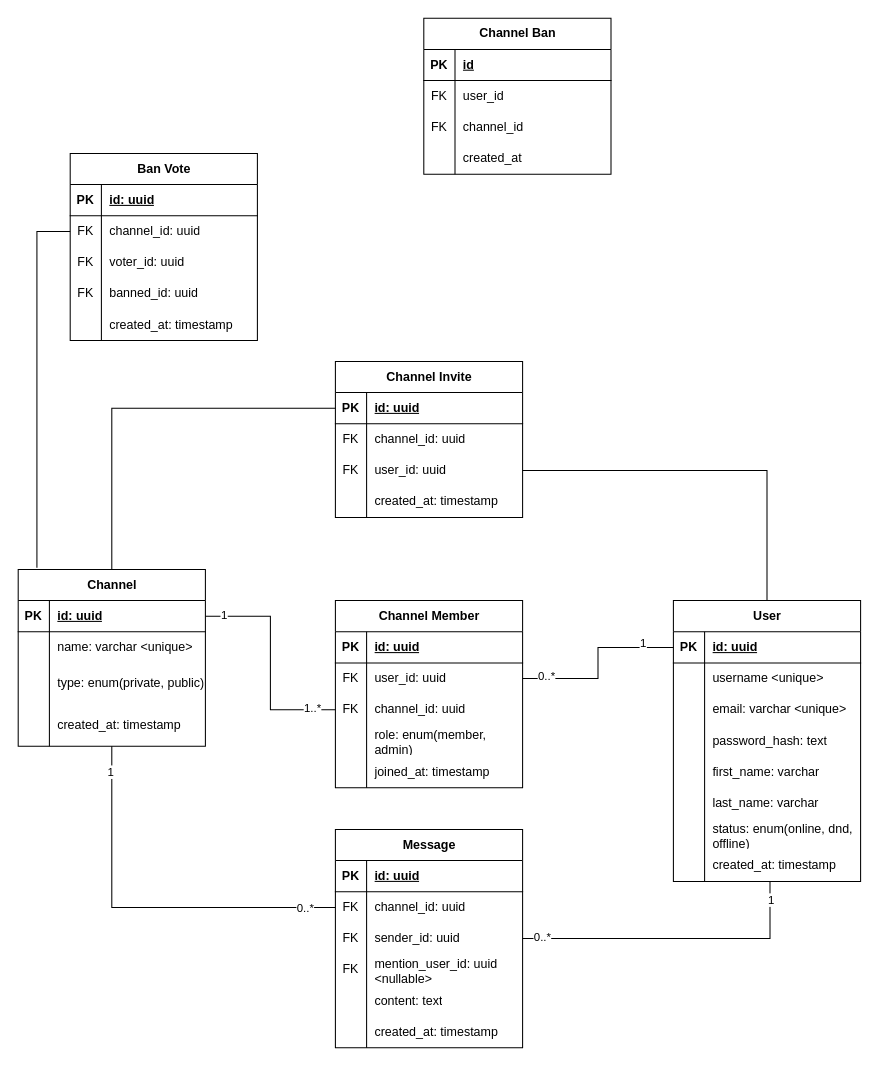
Above: docs/diagrams.drawio in adam-alberty/vpwa (draw.io), before the change. Source tidied: cells renumbered, new cells numbered last; positions are measured from the earlier drawing's top-left corner, leaving out a move shared by most shapes. Both pictures are drawn from the tidied source at 104%, with x=0, y=0 at pixel (18, 18).
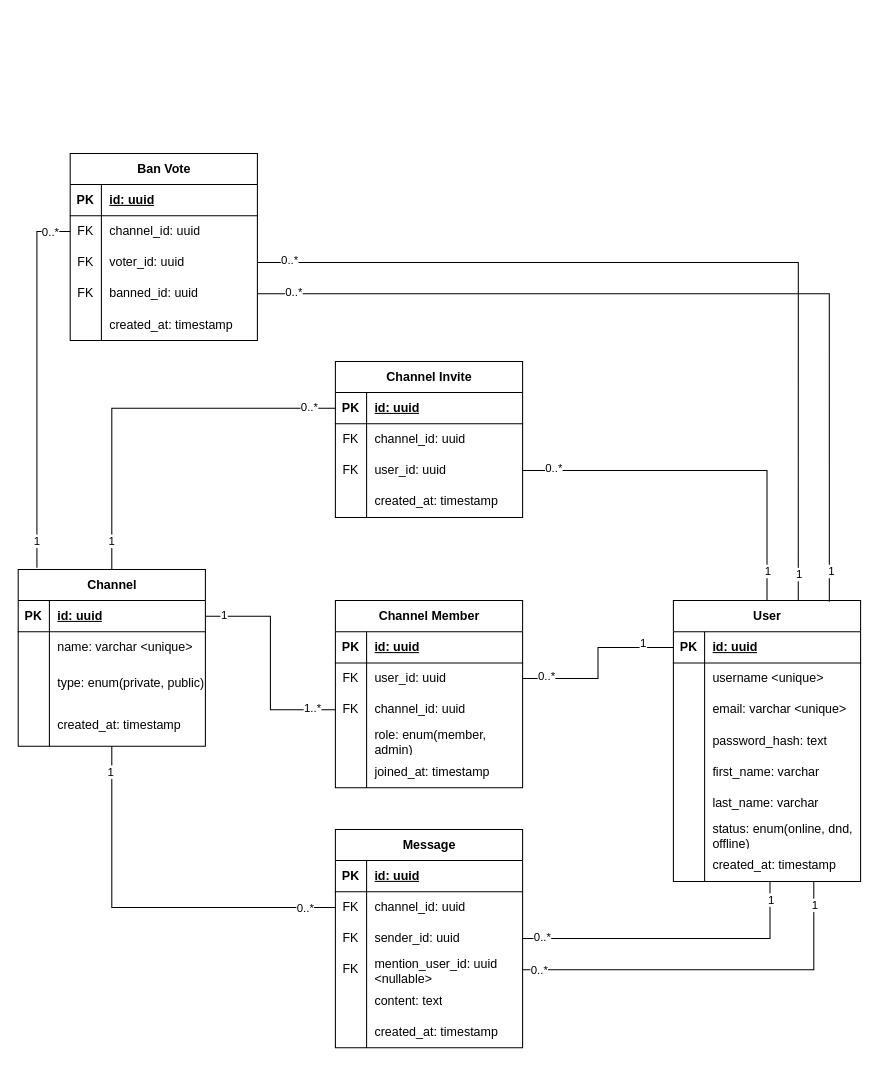
The same page after the edit.

Unchanged cells that the change refers to:
```xml
<mxCell id="2" value="User" style="shape=table;startSize=30;childLayout=tableLayout;rowLines=0;fontStyle=1;align=center;html=1;" parent="1" vertex="1">
  <mxGeometry x="630" y="560" width="180" height="270" as="geometry" />
</mxCell>
<mxCell id="92" style="shape=tableRow;horizontal=0;startSize=0;swimlaneHead=0;swimlaneBody=0;fillColor=none;points=[[0,0.5],[1,0.5]];portConstraint=eastwest;top=0;left=0;right=0;bottom=0;" parent="82" vertex="1">
  <mxGeometry y="120" width="180" height="30" as="geometry" />
</mxCell>
<mxCell id="107" style="edgeStyle=orthogonalEdgeStyle;rounded=0;jettySize=auto;html=1;endArrow=none;endFill=0;entryX=0.5;entryY=0;entryDx=0;entryDy=0;" parent="1" edge="1" source="70" target="27">
  <mxGeometry relative="1" as="geometry" />
</mxCell>
<mxCell id="111" style="edgeStyle=orthogonalEdgeStyle;rounded=0;jettySize=auto;html=1;entryX=0.5;entryY=0;entryDx=0;entryDy=0;endArrow=none;endFill=0;" parent="1" edge="1" source="76" target="2">
  <mxGeometry relative="1" as="geometry" />
</mxCell>
<mxCell id="119" style="shape=tableRow;horizontal=0;startSize=0;swimlaneHead=0;swimlaneBody=0;fillColor=none;points=[[0,0.5],[1,0.5]];portConstraint=eastwest;top=0;left=0;right=0;bottom=0;" parent="112" vertex="1">
  <mxGeometry y="90" width="180" height="30" as="geometry" />
</mxCell>
<mxCell id="122" style="shape=tableRow;horizontal=0;startSize=0;swimlaneHead=0;swimlaneBody=0;fillColor=none;points=[[0,0.5],[1,0.5]];portConstraint=eastwest;top=0;left=0;right=0;bottom=0;" parent="112" vertex="1">
  <mxGeometry y="120" width="180" height="30" as="geometry" />
</mxCell>
<mxCell id="128" style="edgeStyle=orthogonalEdgeStyle;rounded=0;jettySize=auto;html=1;entryX=0.1;entryY=-0.009;entryDx=0;entryDy=0;entryPerimeter=0;endArrow=none;endFill=0;" parent="1" edge="1" source="116" target="27">
  <mxGeometry relative="1" as="geometry" />
</mxCell>
```

What changed in the source:
```diff
@@
-    <mxCell id="56" value="Channel Ban" style="shape=table;startSize=30;childLayout=tableLayout;rowLines=0;fontStyle=1;align=center;html=1;" parent="1" vertex="1">
-      <mxGeometry x="390" width="180" height="150" as="geometry" />
-    </mxCell>
-    <mxCell id="57" style="shape=tableRow;horizontal=0;startSize=0;swimlaneHead=0;swimlaneBody=0;fillColor=none;top=0;left=0;right=0;bottom=1;" parent="56" vertex="1">
-      <mxGeometry y="30" width="180" height="30" as="geometry" />
-    </mxCell>
-    <mxCell id="58" value="PK" style="shape=partialRectangle;fillColor=none;top=0;left=0;bottom=0;right=0;fontStyle=1;overflow=hidden;whiteSpace=wrap;html=1;" parent="57" vertex="1">
-      <mxGeometry width="30" height="30" as="geometry" />
-    </mxCell>
-    <mxCell id="59" value="id" style="shape=partialRectangle;fillColor=none;top=0;left=0;bottom=0;right=0;align=left;spacingLeft=6;fontStyle=5;overflow=hidden;whiteSpace=wrap;html=1;" parent="57" vertex="1">
-      <mxGeometry x="30" width="150" height="30" as="geometry" />
-    </mxCell>
-    <mxCell id="60" style="shape=tableRow;horizontal=0;startSize=0;swimlaneHead=0;swimlaneBody=0;fillColor=none;top=0;left=0;right=0;bottom=0;" parent="56" vertex="1">
-      <mxGeometry y="60" width="180" height="30" as="geometry" />
-    </mxCell>
-    <mxCell id="61" value="FK" style="shape=partialRectangle;fillColor=none;top=0;left=0;bottom=0;right=0;overflow=hidden;whiteSpace=wrap;html=1;" parent="60" vertex="1">
-      <mxGeometry width="30" height="30" as="geometry" />
-    </mxCell>
-    <mxCell id="62" value="user_id" style="shape=partialRectangle;fillColor=none;top=0;left=0;bottom=0;right=0;align=left;spacingLeft=6;overflow=hidden;whiteSpace=wrap;html=1;" parent="60" vertex="1">
-      <mxGeometry x="30" width="150" height="30" as="geometry" />
-    </mxCell>
-    <mxCell id="63" style="shape=tableRow;horizontal=0;startSize=0;swimlaneHead=0;swimlaneBody=0;fillColor=none;top=0;left=0;right=0;bottom=0;" parent="56" vertex="1">
-      <mxGeometry y="90" width="180" height="30" as="geometry" />
-    </mxCell>
-    <mxCell id="64" value="FK" style="shape=partialRectangle;fillColor=none;top=0;left=0;bottom=0;right=0;overflow=hidden;whiteSpace=wrap;html=1;" parent="63" vertex="1">
-      <mxGeometry width="30" height="30" as="geometry" />
-    </mxCell>
-    <mxCell id="65" value="channel_id" style="shape=partialRectangle;fillColor=none;top=0;left=0;bottom=0;right=0;align=left;spacingLeft=6;overflow=hidden;whiteSpace=wrap;html=1;" parent="63" vertex="1">
-      <mxGeometry x="30" width="150" height="30" as="geometry" />
-    </mxCell>
-    <mxCell id="66" style="shape=tableRow;horizontal=0;startSize=0;swimlaneHead=0;swimlaneBody=0;fillColor=none;top=0;left=0;right=0;bottom=0;" parent="56" vertex="1">
-      <mxGeometry y="120" width="180" height="30" as="geometry" />
-    </mxCell>
-    <mxCell id="67" style="shape=partialRectangle;fillColor=none;top=0;left=0;bottom=0;right=0;overflow=hidden;whiteSpace=wrap;html=1;" parent="66" vertex="1">
-      <mxGeometry width="30" height="30" as="geometry" />
-    </mxCell>
-    <mxCell id="68" value="created_at" style="shape=partialRectangle;fillColor=none;top=0;left=0;bottom=0;right=0;align=left;spacingLeft=6;overflow=hidden;whiteSpace=wrap;html=1;" parent="66" vertex="1">
-      <mxGeometry x="30" width="150" height="30" as="geometry" />
-    </mxCell>
@@
+    <mxCell id="132" value="0..*" style="edgeLabel;html=1;align=center;verticalAlign=middle;" parent="107" vertex="1">
+      <mxGeometry x="-0.86" y="-2" relative="1" as="geometry" />
+    </mxCell>
+    <mxCell id="133" value="1" style="edgeLabel;html=1;align=center;verticalAlign=middle;" parent="107" vertex="1">
+      <mxGeometry x="0.85" y="-1" relative="1" as="geometry" />
+    </mxCell>
@@
+    <mxCell id="134" value="1" style="edgeLabel;html=1;align=center;verticalAlign=middle;" parent="111" vertex="1">
+      <mxGeometry x="0.84" relative="1" as="geometry" />
+    </mxCell>
+    <mxCell id="135" value="0..*" style="edgeLabel;html=1;align=center;verticalAlign=middle;" parent="111" vertex="1">
+      <mxGeometry x="-0.84" y="3" relative="1" as="geometry" />
+    </mxCell>
@@
+    <mxCell id="136" value="0..*" style="edgeLabel;html=1;align=center;verticalAlign=middle;" parent="128" vertex="1">
+      <mxGeometry x="-0.89" relative="1" as="geometry" />
+    </mxCell>
+    <mxCell id="137" value="1" style="edgeLabel;html=1;align=center;verticalAlign=middle;" parent="128" vertex="1">
+      <mxGeometry x="0.85" y="-1" relative="1" as="geometry" />
+    </mxCell>
@@
+    <mxCell id="138" style="edgeStyle=orthogonalEdgeStyle;rounded=0;jettySize=auto;html=1;entryX=0.75;entryY=1;entryDx=0;entryDy=0;endArrow=none;endFill=0;" parent="1" edge="1" source="92" target="2">
+      <mxGeometry relative="1" as="geometry" />
+    </mxCell>
+    <mxCell id="139" value="1" style="edgeLabel;html=1;align=center;verticalAlign=middle;" parent="138" vertex="1">
+      <mxGeometry x="0.88" relative="1" as="geometry" />
+    </mxCell>
+    <mxCell id="140" value="0..*" style="edgeLabel;html=1;align=center;verticalAlign=middle;" parent="138" vertex="1">
+      <mxGeometry x="-0.92" relative="1" as="geometry" />
+    </mxCell>
+    <mxCell id="141" style="edgeStyle=orthogonalEdgeStyle;rounded=0;jettySize=auto;html=1;entryX=0.667;entryY=0;entryDx=0;entryDy=0;entryPerimeter=0;endArrow=none;endFill=0;" parent="1" edge="1" source="119" target="2">
+      <mxGeometry relative="1" as="geometry" />
+    </mxCell>
+    <mxCell id="142" value="0..*" style="edgeLabel;html=1;align=center;verticalAlign=middle;" parent="141" vertex="1">
+      <mxGeometry x="-0.93" y="3" relative="1" as="geometry" />
+    </mxCell>
+    <mxCell id="143" value="1" style="edgeLabel;html=1;align=center;verticalAlign=middle;" parent="141" vertex="1">
+      <mxGeometry x="0.94" relative="1" as="geometry" />
+    </mxCell>
+    <mxCell id="144" style="edgeStyle=orthogonalEdgeStyle;rounded=0;jettySize=auto;html=1;entryX=0.833;entryY=0.004;entryDx=0;entryDy=0;entryPerimeter=0;endArrow=none;endFill=0;" parent="1" edge="1" source="122" target="2">
+      <mxGeometry relative="1" as="geometry" />
+    </mxCell>
+    <mxCell id="145" value="0..*" style="edgeLabel;html=1;align=center;verticalAlign=middle;" parent="144" vertex="1">
+      <mxGeometry x="-0.92" y="2" relative="1" as="geometry" />
+    </mxCell>
+    <mxCell id="146" value="1" style="edgeLabel;html=1;align=center;verticalAlign=middle;" parent="144" vertex="1">
+      <mxGeometry x="0.93" y="2" relative="1" as="geometry" />
+    </mxCell>
```
